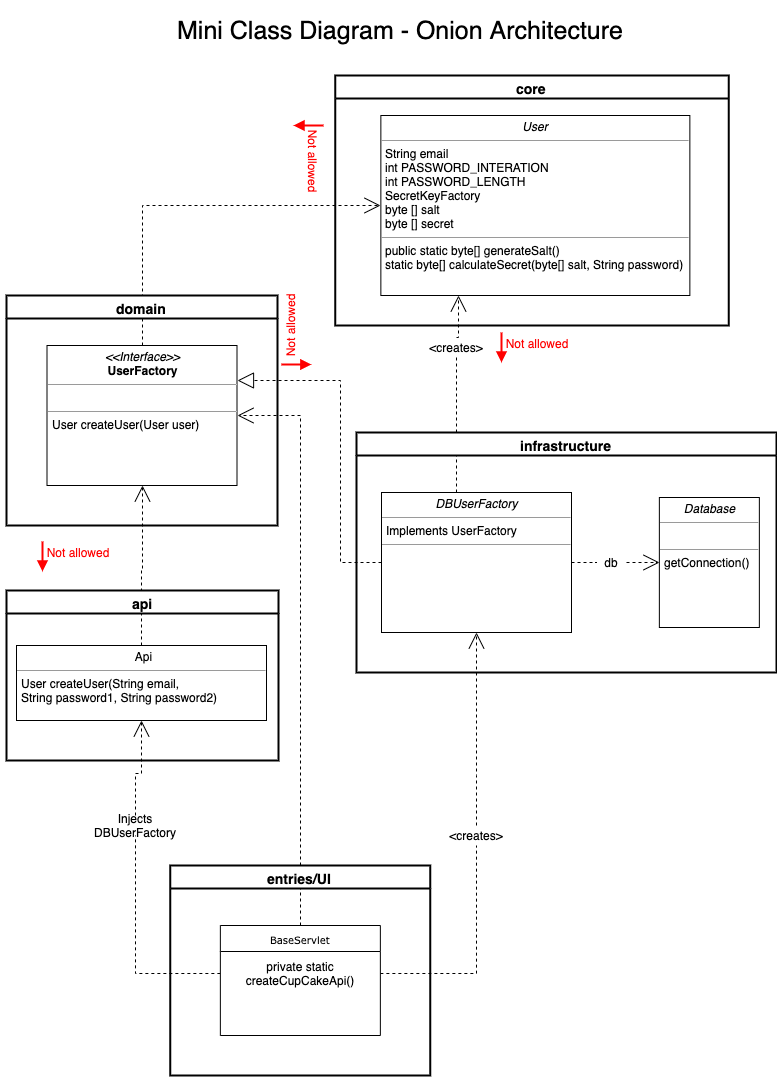
codergram/Fog keeps this draw.io diagram as Documentation/UML/Klassediagram/Class_diagram.png. Above is the earlier version. Source tidied: cells renumbered, new cells last; positions are measured from the earlier drawing's top-left corner, leaving out a move shared by most shapes.
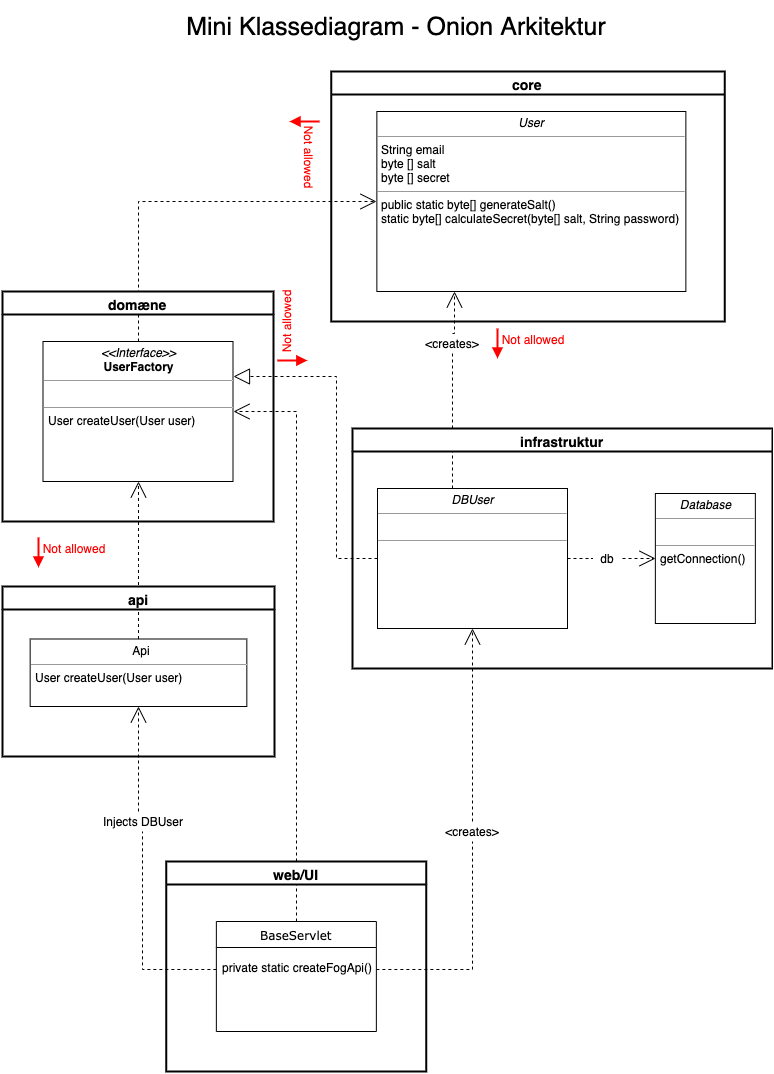
The same file after the commit.

Change to the diagram source:
```diff
@@ -24,7 +24,7 @@
         <mxPoint x="450" y="487" as="sourcePoint" />
       </mxGeometry>
     </mxCell>
-    <mxCell id="7" value="&lt;p style=&quot;margin: 0px ; margin-top: 4px ; text-align: center&quot;&gt;&lt;i&gt;DBUserFactory&lt;/i&gt;&lt;/p&gt;&lt;hr size=&quot;1&quot;&gt;&lt;p style=&quot;margin: 0px ; margin-left: 4px&quot;&gt;Implements UserFactory&lt;/p&gt;&lt;hr size=&quot;1&quot;&gt;&lt;p style=&quot;margin: 0px ; margin-left: 4px&quot;&gt;&lt;br&gt;&lt;/p&gt;" style="verticalAlign=top;align=left;overflow=fill;fontSize=12;fontFamily=Helvetica;html=1;rounded=0;shadow=0;comic=0;labelBackgroundColor=none;strokeWidth=1;" parent="1" vertex="1">
+    <mxCell id="7" value="&lt;p style=&quot;margin: 0px ; margin-top: 4px ; text-align: center&quot;&gt;&lt;i&gt;DBUser&lt;/i&gt;&lt;/p&gt;&lt;hr size=&quot;1&quot;&gt;&lt;p style=&quot;margin: 0px ; margin-left: 4px&quot;&gt;&lt;br&gt;&lt;/p&gt;&lt;hr size=&quot;1&quot;&gt;&lt;p style=&quot;margin: 0px ; margin-left: 4px&quot;&gt;&lt;br&gt;&lt;/p&gt;" style="verticalAlign=top;align=left;overflow=fill;fontSize=12;fontFamily=Helvetica;html=1;rounded=0;shadow=0;comic=0;labelBackgroundColor=none;strokeWidth=1;" parent="1" vertex="1">
       <mxGeometry x="375" y="487" width="190" height="140" as="geometry" />
     </mxCell>
     <mxCell id="8" style="edgeStyle=orthogonalEdgeStyle;rounded=0;jettySize=auto;html=1;entryX=1;entryY=0.5;entryDx=0;entryDy=0;dashed=1;endArrow=open;endFill=0;endSize=14;strokeWidth=1;exitX=0.5;exitY=0;exitDx=0;exitDy=0;" parent="1" edge="1" source="18" target="23">
@@ -50,13 +50,23 @@
       </mxGeometry>
     </mxCell>
     <mxCell id="12" style="edgeStyle=orthogonalEdgeStyle;rounded=0;jettySize=auto;html=1;entryX=0.5;entryY=1;entryDx=0;entryDy=0;dashed=1;endArrow=open;endFill=0;endSize=14;strokeWidth=1;" parent="1" edge="1" source="13" target="21">
-      <mxGeometry relative="1" as="geometry" />
+      <mxGeometry relative="1" as="geometry">
+        <Array as="points">
+          <mxPoint x="136" y="800" />
+          <mxPoint x="136" y="800" />
+        </Array>
+      </mxGeometry>
     </mxCell>
-    <mxCell id="13" value="Injects DBUserFactory" style="text;html=1;strokeColor=none;fillColor=none;align=center;verticalAlign=middle;whiteSpace=wrap;rounded=0;" parent="1" vertex="1">
-      <mxGeometry x="68.9" y="810" width="120" height="20" as="geometry" />
+    <mxCell id="13" value="Injects DBUser" style="text;html=1;strokeColor=none;fillColor=none;align=center;verticalAlign=middle;whiteSpace=wrap;rounded=0;" parent="1" vertex="1">
+      <mxGeometry x="80" y="810" width="120" height="20" as="geometry" />
     </mxCell>
     <mxCell id="14" style="edgeStyle=orthogonalEdgeStyle;rounded=0;jettySize=auto;html=1;entryX=0.5;entryY=1;entryDx=0;entryDy=0;dashed=1;endArrow=none;endFill=0;endSize=14;strokeWidth=1;" parent="1" edge="1" source="19" target="13">
-      <mxGeometry relative="1" as="geometry" />
+      <mxGeometry relative="1" as="geometry">
+        <Array as="points">
+          <mxPoint x="140" y="968" />
+          <mxPoint x="140" y="830" />
+        </Array>
+      </mxGeometry>
     </mxCell>
     <mxCell id="15" style="edgeStyle=orthogonalEdgeStyle;rounded=0;jettySize=auto;html=1;entryX=0.5;entryY=1;entryDx=0;entryDy=0;dashed=1;endArrow=open;endFill=0;endSize=14;strokeWidth=1;" parent="1" edge="1" source="21" target="23">
       <mxGeometry relative="1" as="geometry" />
@@ -64,22 +74,22 @@
     <mxCell id="16" value="&amp;lt;creates&amp;gt;" style="text;html=1;strokeColor=none;fillColor=none;align=center;verticalAlign=middle;whiteSpace=wrap;rounded=0;" parent="1" vertex="1">
       <mxGeometry x="390" y="332" width="120" height="20" as="geometry" />
     </mxCell>
-    <mxCell id="17" value="entries/UI" style="swimlane;rounded=0;shadow=0;strokeWidth=2;fillColor=#ffffff;fontFamily=Helvetica;fontSize=14;align=center;html=1;strokeColor=#000000;" parent="1" vertex="1">
+    <mxCell id="17" value="web/UI" style="swimlane;rounded=0;shadow=0;strokeWidth=2;fillColor=#ffffff;fontFamily=Helvetica;fontSize=14;align=center;html=1;strokeColor=#000000;" parent="1" vertex="1">
       <mxGeometry x="163.9" y="860" width="260" height="210" as="geometry" />
     </mxCell>
-    <mxCell id="18" value="BaseServlet" style="swimlane;html=1;fontStyle=0;horizontal=1;startSize=26;fillColor=none;swimlaneFillColor=#ffffff;rounded=0;shadow=0;comic=0;labelBackgroundColor=none;strokeWidth=1;fontFamily=Verdana;fontSize=10;align=center;" parent="17" vertex="1">
+    <mxCell id="18" value="&lt;font style=&quot;font-size: 12px&quot;&gt;BaseServlet&lt;/font&gt;" style="swimlane;html=1;fontStyle=0;horizontal=1;startSize=26;fillColor=none;swimlaneFillColor=#ffffff;rounded=0;shadow=0;comic=0;labelBackgroundColor=none;strokeWidth=1;fontFamily=Verdana;fontSize=10;align=center;" parent="17" vertex="1">
       <mxGeometry x="50" y="60" width="160" height="110" as="geometry" />
     </mxCell>
-    <mxCell id="19" value="private static createCupCakeApi()" style="text;html=1;strokeColor=none;fillColor=none;align=center;verticalAlign=middle;whiteSpace=wrap;rounded=0;" parent="18" vertex="1">
-      <mxGeometry y="26" width="160" height="44" as="geometry" />
+    <mxCell id="19" value="private static createFogApi()" style="text;html=1;strokeColor=none;fillColor=none;align=center;verticalAlign=middle;whiteSpace=wrap;rounded=0;" parent="18" vertex="1">
+      <mxGeometry y="26" width="160" height="40" as="geometry" />
     </mxCell>
     <mxCell id="20" value="api" style="swimlane;rounded=0;shadow=0;strokeWidth=2;fillColor=#ffffff;fontFamily=Helvetica;fontSize=14;align=center;html=1;strokeColor=#000000;" parent="1" vertex="1">
       <mxGeometry y="585" width="272" height="170" as="geometry" />
     </mxCell>
-    <mxCell id="21" value="&lt;p style=&quot;margin: 0px ; margin-top: 4px ; text-align: center&quot;&gt;&lt;/p&gt;&lt;p style=&quot;text-align: center ; margin: 0px 0px 0px 4px&quot;&gt;Api&lt;/p&gt;&lt;hr size=&quot;1&quot;&gt;&lt;p style=&quot;margin: 0px ; margin-left: 4px&quot;&gt;User createUser(String email,&amp;nbsp;&lt;/p&gt;&lt;p style=&quot;margin: 0px ; margin-left: 4px&quot;&gt;String password1, String password2)&lt;/p&gt;" style="verticalAlign=top;align=left;overflow=fill;fontSize=12;fontFamily=Helvetica;html=1;rounded=0;shadow=0;comic=0;labelBackgroundColor=none;strokeWidth=1;" parent="20" vertex="1">
-      <mxGeometry x="10" y="55" width="250" height="75" as="geometry" />
+    <mxCell id="21" value="&lt;p style=&quot;margin: 0px ; margin-top: 4px ; text-align: center&quot;&gt;&lt;/p&gt;&lt;p style=&quot;text-align: center ; margin: 0px 0px 0px 4px&quot;&gt;Api&lt;/p&gt;&lt;hr size=&quot;1&quot;&gt;&lt;p style=&quot;margin: 0px ; margin-left: 4px&quot;&gt;User createUser(User user&lt;span&gt;)&lt;/span&gt;&lt;/p&gt;" style="verticalAlign=top;align=left;overflow=fill;fontSize=12;fontFamily=Helvetica;html=1;rounded=0;shadow=0;comic=0;labelBackgroundColor=none;strokeWidth=1;" parent="20" vertex="1">
+      <mxGeometry x="27.7" y="52.5" width="216.7" height="67.5" as="geometry" />
     </mxCell>
-    <mxCell id="22" value="domain" style="swimlane;rounded=0;shadow=0;strokeWidth=2;fillColor=#ffffff;fontFamily=Helvetica;fontSize=14;align=center;html=1;strokeColor=#000000;" parent="1" vertex="1">
+    <mxCell id="22" value="domæne" style="swimlane;rounded=0;shadow=0;strokeWidth=2;fillColor=#ffffff;fontFamily=Helvetica;fontSize=14;align=center;html=1;strokeColor=#000000;" parent="1" vertex="1">
       <mxGeometry y="290" width="271" height="230" as="geometry" />
     </mxCell>
     <mxCell id="23" value="&lt;p style=&quot;margin: 0px ; margin-top: 4px ; text-align: center&quot;&gt;&lt;i&gt;&amp;lt;&amp;lt;Interface&amp;gt;&amp;gt;&lt;/i&gt;&lt;br&gt;&lt;b&gt;UserFactory&lt;/b&gt;&lt;/p&gt;&lt;hr size=&quot;1&quot;&gt;&lt;p style=&quot;margin: 0px ; margin-left: 4px&quot;&gt;&lt;br&gt;&lt;/p&gt;&lt;hr size=&quot;1&quot;&gt;&lt;p style=&quot;margin: 0px ; margin-left: 4px&quot;&gt;User createUser(User user)&lt;/p&gt;" style="verticalAlign=top;align=left;overflow=fill;fontSize=12;fontFamily=Helvetica;html=1;rounded=0;shadow=0;comic=0;labelBackgroundColor=none;strokeWidth=1;" parent="22" vertex="1">
@@ -88,10 +98,10 @@
     <mxCell id="24" value="core" style="swimlane;rounded=0;shadow=0;strokeWidth=2;fillColor=#ffffff;fontFamily=Helvetica;fontSize=14;align=center;html=1;strokeColor=#000000;" parent="1" vertex="1">
       <mxGeometry x="328.9" y="70" width="393.5" height="250" as="geometry" />
     </mxCell>
-    <mxCell id="25" value="&lt;p style=&quot;margin: 0px ; margin-top: 4px ; text-align: center&quot;&gt;&lt;i&gt;User&lt;/i&gt;&lt;/p&gt;&lt;hr size=&quot;1&quot;&gt;&lt;p style=&quot;margin: 0px ; margin-left: 4px&quot;&gt;String email&lt;/p&gt;&lt;p style=&quot;margin: 0px ; margin-left: 4px&quot;&gt;int PASSWORD_INTERATION&lt;/p&gt;&lt;p style=&quot;margin: 0px ; margin-left: 4px&quot;&gt;int PASSWORD_LENGTH&lt;/p&gt;&lt;p style=&quot;margin: 0px ; margin-left: 4px&quot;&gt;SecretKeyFactory&lt;/p&gt;&lt;p style=&quot;margin: 0px ; margin-left: 4px&quot;&gt;byte [] salt&lt;/p&gt;&lt;p style=&quot;margin: 0px ; margin-left: 4px&quot;&gt;byte [] secret&lt;/p&gt;&lt;hr size=&quot;1&quot;&gt;&lt;p style=&quot;margin: 0px ; margin-left: 4px&quot;&gt;public static byte[] generateSalt()&lt;/p&gt;&lt;p style=&quot;margin: 0px ; margin-left: 4px&quot;&gt;static byte[] calculateSecret(byte[] salt, String password)&lt;/p&gt;" style="verticalAlign=top;align=left;overflow=fill;fontSize=12;fontFamily=Helvetica;html=1;rounded=0;shadow=0;comic=0;labelBackgroundColor=none;strokeWidth=1;" parent="24" vertex="1">
+    <mxCell id="25" value="&lt;p style=&quot;margin: 0px ; margin-top: 4px ; text-align: center&quot;&gt;&lt;i&gt;User&lt;/i&gt;&lt;/p&gt;&lt;hr size=&quot;1&quot;&gt;&lt;p style=&quot;margin: 0px ; margin-left: 4px&quot;&gt;String email&lt;/p&gt;&lt;p style=&quot;margin: 0px ; margin-left: 4px&quot;&gt;byte [] salt&lt;/p&gt;&lt;p style=&quot;margin: 0px ; margin-left: 4px&quot;&gt;byte [] secret&lt;/p&gt;&lt;hr size=&quot;1&quot;&gt;&lt;p style=&quot;margin: 0px ; margin-left: 4px&quot;&gt;public static byte[] generateSalt()&lt;/p&gt;&lt;p style=&quot;margin: 0px ; margin-left: 4px&quot;&gt;static byte[] calculateSecret(byte[] salt, String password)&lt;/p&gt;" style="verticalAlign=top;align=left;overflow=fill;fontSize=12;fontFamily=Helvetica;html=1;rounded=0;shadow=0;comic=0;labelBackgroundColor=none;strokeWidth=1;" parent="24" vertex="1">
       <mxGeometry x="45.5" y="40" width="309" height="180" as="geometry" />
     </mxCell>
-    <mxCell id="26" value="infrastructure" style="swimlane;rounded=0;shadow=0;strokeWidth=2;fillColor=#ffffff;fontFamily=Helvetica;fontSize=14;align=center;html=1;strokeColor=#000000;" parent="1" vertex="1">
+    <mxCell id="26" value="infrastruktur" style="swimlane;rounded=0;shadow=0;strokeWidth=2;fillColor=#ffffff;fontFamily=Helvetica;fontSize=14;align=center;html=1;strokeColor=#000000;" parent="1" vertex="1">
       <mxGeometry x="350" y="427" width="420" height="240" as="geometry" />
     </mxCell>
     <mxCell id="27" value="&lt;p style=&quot;margin: 0px ; margin-top: 4px ; text-align: center&quot;&gt;&lt;i&gt;Database&lt;/i&gt;&lt;/p&gt;&lt;hr size=&quot;1&quot;&gt;&lt;p style=&quot;margin: 0px ; margin-left: 4px&quot;&gt;&lt;br&gt;&lt;/p&gt;&lt;hr size=&quot;1&quot;&gt;&lt;p style=&quot;margin: 0px ; margin-left: 4px&quot;&gt;getConnection()&lt;/p&gt;" style="verticalAlign=top;align=left;overflow=fill;fontSize=12;fontFamily=Helvetica;html=1;rounded=0;shadow=0;comic=0;labelBackgroundColor=none;strokeWidth=1;" parent="26" vertex="1">
@@ -139,7 +149,7 @@
     <mxCell id="37" value="&lt;font color=&quot;#ff0000&quot;&gt;Not allowed&lt;/font&gt;" style="text;html=1;strokeColor=none;fillColor=none;align=center;verticalAlign=middle;whiteSpace=wrap;rounded=0;rotation=90;" parent="1" vertex="1">
       <mxGeometry x="272" y="145" width="70" height="20" as="geometry" />
     </mxCell>
-    <mxCell id="38" value="&lt;font style=&quot;font-size: 25px&quot;&gt;Mini Class Diagram - Onion Architecture&lt;/font&gt;" style="text;html=1;strokeColor=none;fillColor=none;align=center;verticalAlign=middle;whiteSpace=wrap;rounded=0;" parent="1" vertex="1">
+    <mxCell id="38" value="&lt;font style=&quot;font-size: 25px&quot;&gt;Mini Klassediagram - Onion Arkitektur&lt;/font&gt;" style="text;html=1;strokeColor=none;fillColor=none;align=center;verticalAlign=middle;whiteSpace=wrap;rounded=0;" parent="1" vertex="1">
       <mxGeometry x="32.9" width="720" height="50" as="geometry" />
     </mxCell>
   </root>
```
